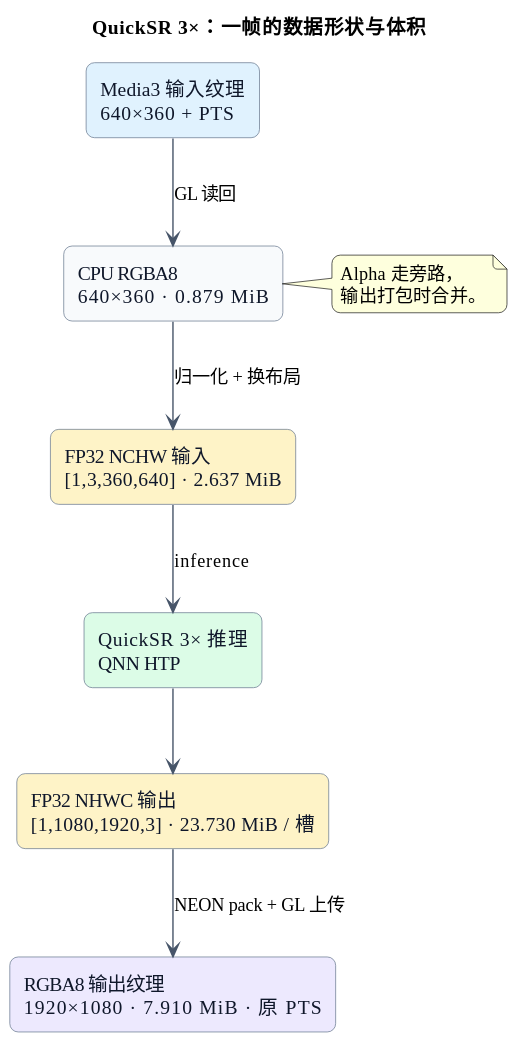
The PlantUML diagram docs/diagrams/edge-frame-dataflow.svg in znbsf/quicksr-mobile-player-lab, before a commit.
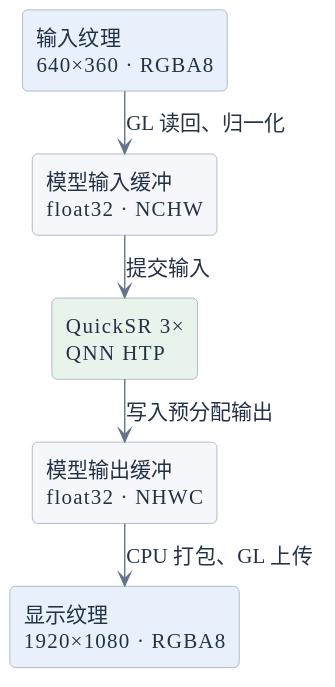
The same file after the commit.

Commit message:
docs: rebuild deployment guide around the video frame lifecycle

What changed in the source:
```diff
@@ -1,34 +1,26 @@
 @startuml
-title QuickSR 3×：一帧的数据形状与体积
-
-skinparam defaultFontName Noto Sans SC
+skinparam defaultFontName Microsoft YaHei UI
+skinparam defaultFontSize 15
+skinparam defaultFontColor #243247
 skinparam backgroundColor white
 skinparam shadowing false
-skinparam roundcorner 12
-skinparam ArrowColor #475569
+skinparam roundcorner 8
+skinparam ranksep 24
+skinparam ArrowColor #64748B
 skinparam rectangle {
-  BackgroundColor #F8FAFC
-  BorderColor #64748B
-  FontColor #0F172A
+  BackgroundColor #F5F7FA
+  BorderColor #94A3B8
 }
-
 top to bottom direction
 
-rectangle "Media3 输入纹理\n640×360 + PTS" as TEX #E0F2FE
-rectangle "CPU RGBA8\n640×360 · 0.879 MiB" as RGBA_IN #F8FAFC
-rectangle "FP32 NCHW 输入\n[1,3,360,640] · 2.637 MiB" as TENSOR_IN #FEF3C7
-rectangle "QuickSR 3× 推理\nQNN HTP" as QNN #DCFCE7
-rectangle "FP32 NHWC 输出\n[1,1080,1920,3] · 23.730 MiB / 槽" as TENSOR_OUT #FEF3C7
-rectangle "RGBA8 输出纹理\n1920×1080 · 7.910 MiB · 原 PTS" as RGBA_OUT #EDE9FE
+rectangle "输入纹理\n640×360 · RGBA8" as INPUT #E8F1FB
+rectangle "模型输入缓冲\nfloat32 · NCHW" as CPU_IN
+rectangle "QuickSR 3×\nQNN HTP" as QNN #E7F3EB
+rectangle "模型输出缓冲\nfloat32 · NHWC" as CPU_OUT
+rectangle "显示纹理\n1920×1080 · RGBA8" as OUTPUT #E8F1FB
 
-TEX --> RGBA_IN : GL 读回
-RGBA_IN --> TENSOR_IN : 归一化 + 换布局
-TENSOR_IN --> QNN : inference
-QNN --> TENSOR_OUT
-TENSOR_OUT --> RGBA_OUT : NEON pack + GL 上传
-
-note right of RGBA_IN
-  Alpha 走旁路，
-  输出打包时合并。
-end note
+INPUT --> CPU_IN : GL 读回、归一化
+CPU_IN --> QNN : 提交输入
+QNN --> CPU_OUT : 写入预分配输出
+CPU_OUT --> OUTPUT : CPU 打包、GL 上传
 @enduml
```
